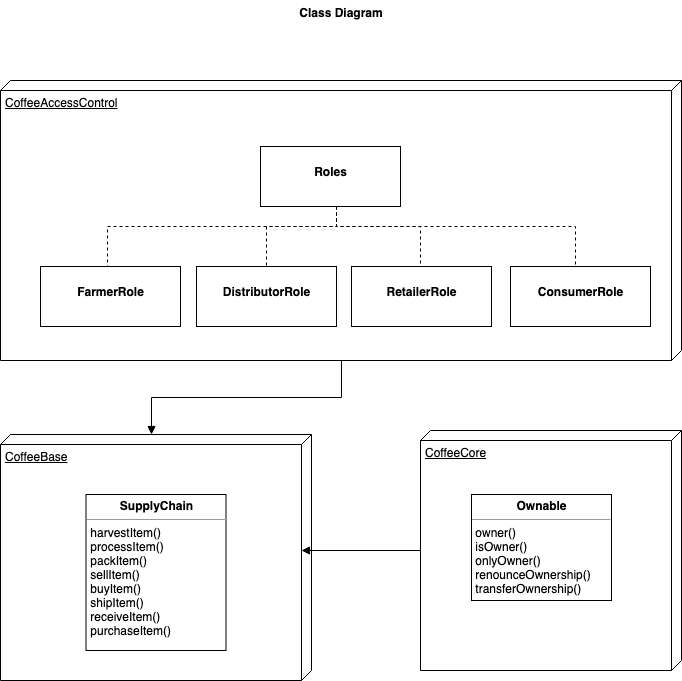
The draw.io diagram uml/Coffee Class Diagram.png in horagong/nd1309-Supply-Chain-Dapp-on-Ethereum, before a commit. Source tidied: cells renumbered, new cells last; positions are measured from the earlier drawing's top-left corner, leaving out a move shared by most shapes.
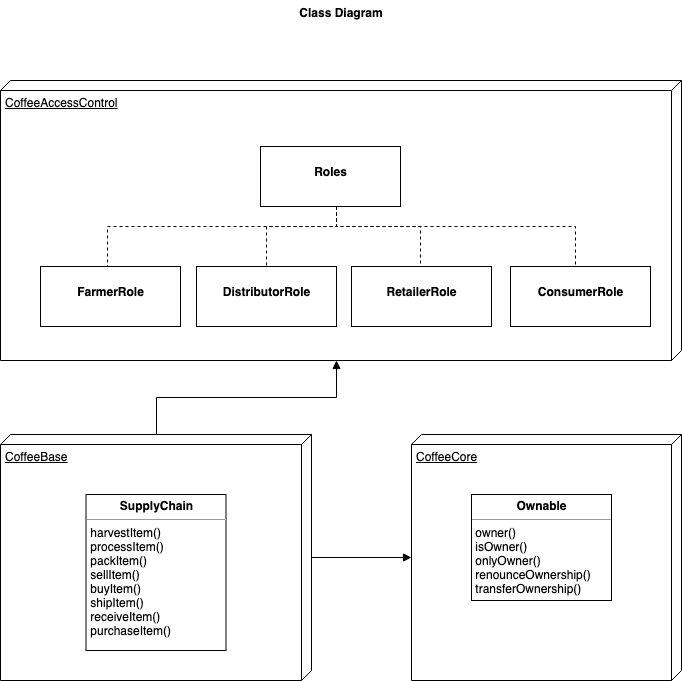
The same file after the commit.

Commit message:
typo of the class diagram

The edit, as a diff of the source:
```diff
@@ -2,9 +2,6 @@
   <root>
     <mxCell id="0" />
     <mxCell id="1" parent="0" />
-    <mxCell id="2" style="edgeStyle=orthogonalEdgeStyle;rounded=0;jettySize=auto;html=1;entryX=0;entryY=0.514;entryDx=0;entryDy=0;entryPerimeter=0;endArrow=block;endFill=1;" parent="1" edge="1" source="3" target="13">
-      <mxGeometry relative="1" as="geometry" />
-    </mxCell>
     <mxCell id="3" value="CoffeeAccessControl" style="verticalAlign=top;align=left;spacingTop=8;spacingLeft=2;spacingRight=12;shape=cube;size=10;direction=south;fontStyle=4;html=1;" parent="1" vertex="1">
       <mxGeometry y="80" width="681" height="280" as="geometry" />
     </mxCell>
@@ -62,17 +59,22 @@
     <mxCell id="12" value="&lt;p style=&quot;margin: 0px ; margin-top: 4px ; text-align: center&quot;&gt;&lt;br&gt;&lt;b&gt;DistributorRole&lt;/b&gt;&lt;/p&gt;" style="verticalAlign=top;align=left;overflow=fill;fontSize=12;fontFamily=Helvetica;html=1;" parent="1" vertex="1">
       <mxGeometry x="196" y="266" width="140" height="60" as="geometry" />
     </mxCell>
+    <mxCell id="19" style="edgeStyle=orthogonalEdgeStyle;rounded=0;jettySize=auto;html=1;entryX=0;entryY=0;entryDx=280;entryDy=345.5;entryPerimeter=0;endArrow=block;endFill=1;" parent="1" edge="1" source="13" target="3">
+      <mxGeometry relative="1" as="geometry" />
+    </mxCell>
+    <mxCell id="20" style="edgeStyle=orthogonalEdgeStyle;rounded=0;jettySize=auto;html=1;endArrow=block;endFill=1;" parent="1" edge="1" source="13">
+      <mxGeometry relative="1" as="geometry">
+        <mxPoint x="411" y="557" as="targetPoint" />
+      </mxGeometry>
+    </mxCell>
     <mxCell id="13" value="CoffeeBase" style="verticalAlign=top;align=left;spacingTop=8;spacingLeft=2;spacingRight=12;shape=cube;size=10;direction=south;fontStyle=4;html=1;" parent="1" vertex="1">
       <mxGeometry y="434" width="311" height="246" as="geometry" />
     </mxCell>
     <mxCell id="14" value="&lt;p style=&quot;margin: 0px ; margin-top: 4px ; text-align: center&quot;&gt;&lt;b&gt;SupplyChain&lt;/b&gt;&lt;/p&gt;&lt;hr size=&quot;1&quot;&gt;&lt;div style=&quot;height: 2px&quot;&gt;&amp;nbsp;harvestItem()&lt;br&gt;&amp;nbsp;processItem()&lt;br&gt;&amp;nbsp;packItem()&lt;br&gt;&amp;nbsp;sellItem()&lt;br&gt;&amp;nbsp;buyItem()&lt;br&gt;&amp;nbsp;shipItem()&lt;br&gt;&amp;nbsp;receiveItem()&lt;br&gt;&amp;nbsp;purchaseItem()&lt;/div&gt;&lt;div style=&quot;height: 2px&quot;&gt;&lt;br&gt;&lt;/div&gt;" style="verticalAlign=top;align=left;overflow=fill;fontSize=12;fontFamily=Helvetica;html=1;" parent="1" vertex="1">
       <mxGeometry x="85.5" y="494" width="140" height="156" as="geometry" />
     </mxCell>
-    <mxCell id="15" style="edgeStyle=orthogonalEdgeStyle;rounded=0;jettySize=auto;html=1;entryX=0.472;entryY=0.032;entryDx=0;entryDy=0;entryPerimeter=0;endArrow=block;endFill=1;" parent="1" edge="1" source="16" target="13">
-      <mxGeometry relative="1" as="geometry" />
-    </mxCell>
     <mxCell id="16" value="CoffeeCore" style="verticalAlign=top;align=left;spacingTop=8;spacingLeft=2;spacingRight=12;shape=cube;size=10;direction=south;fontStyle=4;html=1;" parent="1" vertex="1">
-      <mxGeometry x="420" y="430" width="261" height="240" as="geometry" />
+      <mxGeometry x="411" y="434" width="270" height="246" as="geometry" />
     </mxCell>
     <mxCell id="17" value="&lt;p style=&quot;margin: 0px ; margin-top: 4px ; text-align: center&quot;&gt;&lt;b&gt;Ownable&lt;/b&gt;&lt;/p&gt;&lt;hr size=&quot;1&quot;&gt;&lt;div style=&quot;height: 2px&quot;&gt;&amp;nbsp;owner()&amp;nbsp;&lt;br&gt;&amp;nbsp;isOwner()&lt;br&gt;&amp;nbsp;onlyOwner()&lt;br&gt;&amp;nbsp;renounceOwnership()&lt;br&gt;&amp;nbsp;transferOwnership()&lt;/div&gt;" style="verticalAlign=top;align=left;overflow=fill;fontSize=12;fontFamily=Helvetica;html=1;" parent="1" vertex="1">
       <mxGeometry x="471" y="494" width="140" height="106" as="geometry" />
```
